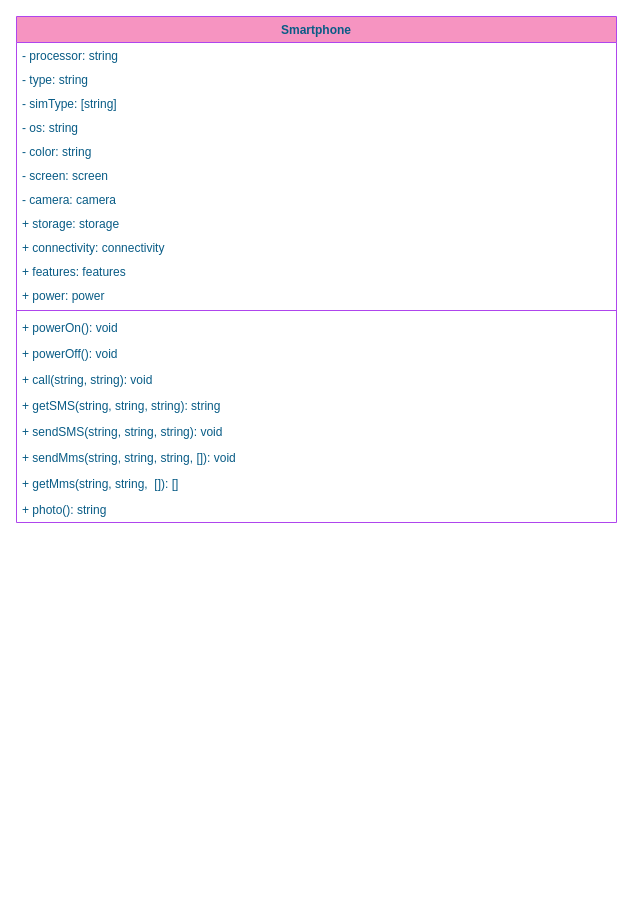
Before: Untitled Diagram.drawio in Irresjeny/umltest1, a draw.io diagram. Source tidied: cells renumbered, new cells numbered last; positions are measured from the earlier drawing's top-left corner, leaving out a move shared by most shapes. Both pictures are drawn from the tidied source at 100%, with x=0, y=0 at pixel (16, 16).
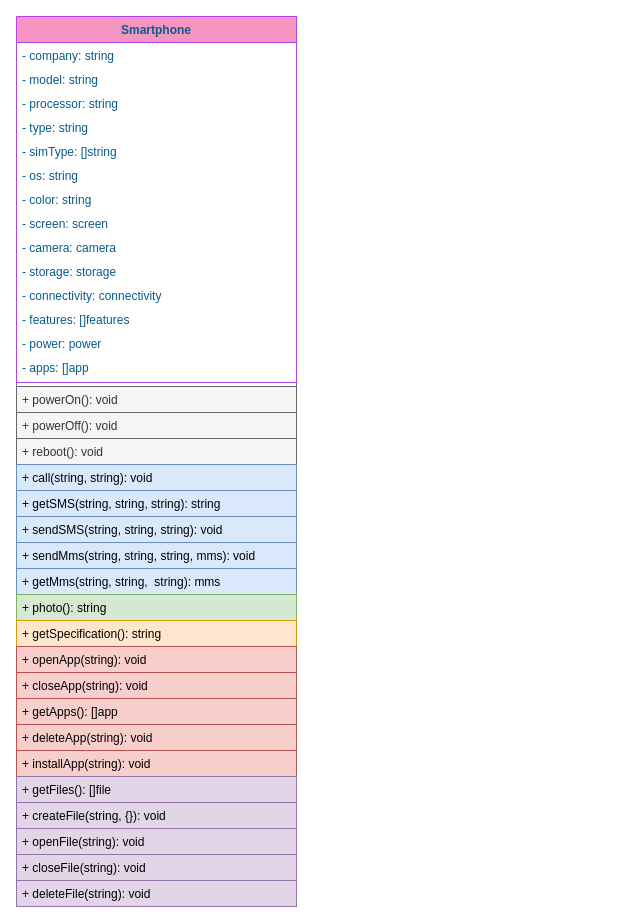
Above is the later version.

What changed in the source:
```diff
@@
     <mxCell id="2" value="Smartphone&#10;" style="swimlane;fontStyle=1;align=center;verticalAlign=top;horizontal=1;startSize=26;rounded=0;sketch=0;fontColor=#095C86;strokeColor=#AF45ED;fillColor=#F694C1;" parent="1" vertex="1">
-      <mxGeometry width="600" height="506" as="geometry" />
+      <mxGeometry width="280" height="890" as="geometry" />
     </mxCell>
+    <mxCell id="23" value="- company: string" style="text;strokeColor=none;fillColor=none;align=left;verticalAlign=top;spacingLeft=4;spacingRight=4;overflow=hidden;fontColor=#095C86;" parent="2" vertex="1">
+      <mxGeometry y="26" width="280" height="24" as="geometry" />
+    </mxCell>
+    <mxCell id="24" value="- model: string" style="text;strokeColor=none;fillColor=none;align=left;verticalAlign=top;spacingLeft=4;spacingRight=4;overflow=hidden;fontColor=#095C86;" parent="2" vertex="1">
+      <mxGeometry y="50" width="280" height="24" as="geometry" />
+    </mxCell>
     <mxCell id="3" value="- processor: string" style="text;strokeColor=none;fillColor=none;align=left;verticalAlign=top;spacingLeft=4;spacingRight=4;overflow=hidden;fontColor=#095C86;" parent="2" vertex="1">
-      <mxGeometry y="26" width="600" height="24" as="geometry" />
+      <mxGeometry y="74" width="280" height="24" as="geometry" />
     </mxCell>
     <mxCell id="4" value="- type: string&#10;" style="text;strokeColor=none;fillColor=none;align=left;verticalAlign=top;spacingLeft=4;spacingRight=4;overflow=hidden;fontColor=#095C86;" parent="2" vertex="1">
-      <mxGeometry y="50" width="600" height="24" as="geometry" />
+      <mxGeometry y="98" width="280" height="24" as="geometry" />
     </mxCell>
-    <mxCell id="5" value="- simType: [string]&#10;" style="text;strokeColor=none;fillColor=none;align=left;verticalAlign=top;spacingLeft=4;spacingRight=4;overflow=hidden;fontColor=#095C86;" parent="2" vertex="1">
-      <mxGeometry y="74" width="600" height="24" as="geometry" />
+    <mxCell id="5" value="- simType: []string" style="text;strokeColor=none;fillColor=none;align=left;verticalAlign=top;spacingLeft=4;spacingRight=4;overflow=hidden;fontColor=#095C86;" parent="2" vertex="1">
+      <mxGeometry y="122" width="280" height="24" as="geometry" />
     </mxCell>
     <mxCell id="6" value="- os: string&#10;" style="text;strokeColor=none;fillColor=none;align=left;verticalAlign=top;spacingLeft=4;spacingRight=4;overflow=hidden;fontColor=#095C86;" parent="2" vertex="1">
-      <mxGeometry y="98" width="600" height="24" as="geometry" />
+      <mxGeometry y="146" width="280" height="24" as="geometry" />
     </mxCell>
     <mxCell id="7" value="- color: string&#10;" style="text;strokeColor=none;fillColor=none;align=left;verticalAlign=top;spacingLeft=4;spacingRight=4;overflow=hidden;fontColor=#095C86;" parent="2" vertex="1">
-      <mxGeometry y="122" width="600" height="24" as="geometry" />
+      <mxGeometry y="170" width="280" height="24" as="geometry" />
     </mxCell>
     <mxCell id="8" value="- screen: screen&#10;" style="text;strokeColor=none;fillColor=none;align=left;verticalAlign=top;spacingLeft=4;spacingRight=4;overflow=hidden;fontColor=#095C86;" parent="2" vertex="1">
-      <mxGeometry y="146" width="600" height="24" as="geometry" />
+      <mxGeometry y="194" width="280" height="24" as="geometry" />
     </mxCell>
     <mxCell id="9" value="- camera: camera" style="text;strokeColor=none;fillColor=none;align=left;verticalAlign=top;spacingLeft=4;spacingRight=4;overflow=hidden;fontColor=#095C86;" parent="2" vertex="1">
-      <mxGeometry y="170" width="600" height="24" as="geometry" />
+      <mxGeometry y="218" width="280" height="24" as="geometry" />
     </mxCell>
-    <mxCell id="10" value="+ storage: storage" style="text;strokeColor=none;fillColor=none;align=left;verticalAlign=top;spacingLeft=4;spacingRight=4;overflow=hidden;fontColor=#095C86;" parent="2" vertex="1">
-      <mxGeometry y="194" width="600" height="24" as="geometry" />
+    <mxCell id="10" value="- storage: storage" style="text;strokeColor=none;fillColor=none;align=left;verticalAlign=top;spacingLeft=4;spacingRight=4;overflow=hidden;fontColor=#095C86;" parent="2" vertex="1">
+      <mxGeometry y="242" width="280" height="24" as="geometry" />
     </mxCell>
-    <mxCell id="11" value="+ connectivity: connectivity" style="text;strokeColor=none;fillColor=none;align=left;verticalAlign=top;spacingLeft=4;spacingRight=4;overflow=hidden;fontColor=#095C86;" parent="2" vertex="1">
-      <mxGeometry y="218" width="600" height="24" as="geometry" />
+    <mxCell id="11" value="- connectivity: connectivity" style="text;strokeColor=none;fillColor=none;align=left;verticalAlign=top;spacingLeft=4;spacingRight=4;overflow=hidden;fontColor=#095C86;" parent="2" vertex="1">
+      <mxGeometry y="266" width="280" height="24" as="geometry" />
     </mxCell>
-    <mxCell id="12" value="+ features: features" style="text;strokeColor=none;fillColor=none;align=left;verticalAlign=top;spacingLeft=4;spacingRight=4;overflow=hidden;fontColor=#095C86;" parent="2" vertex="1">
-      <mxGeometry y="242" width="600" height="24" as="geometry" />
+    <mxCell id="12" value="- features: []features" style="text;strokeColor=none;fillColor=none;align=left;verticalAlign=top;spacingLeft=4;spacingRight=4;overflow=hidden;fontColor=#095C86;" parent="2" vertex="1">
+      <mxGeometry y="290" width="280" height="24" as="geometry" />
     </mxCell>
-    <mxCell id="13" value="+ power: power" style="text;strokeColor=none;fillColor=none;align=left;verticalAlign=top;spacingLeft=4;spacingRight=4;overflow=hidden;fontColor=#095C86;" parent="2" vertex="1">
-      <mxGeometry y="266" width="600" height="24" as="geometry" />
+    <mxCell id="13" value="- power: power" style="text;strokeColor=none;fillColor=none;align=left;verticalAlign=top;spacingLeft=4;spacingRight=4;overflow=hidden;fontColor=#095C86;" parent="2" vertex="1">
+      <mxGeometry y="314" width="280" height="24" as="geometry" />
     </mxCell>
+    <mxCell id="25" value="- apps: []app" style="text;strokeColor=none;fillColor=none;align=left;verticalAlign=top;spacingLeft=4;spacingRight=4;overflow=hidden;fontColor=#095C86;" parent="2" vertex="1">
+      <mxGeometry y="338" width="280" height="24" as="geometry" />
+    </mxCell>
     <mxCell id="14" style="line;strokeWidth=1;fillColor=none;align=left;verticalAlign=middle;spacingTop=-1;spacingLeft=3;spacingRight=3;labelPosition=right;strokeColor=#AF45ED;fontColor=#095C86;" parent="2" vertex="1">
-      <mxGeometry y="290" width="600" height="8" as="geometry" />
+      <mxGeometry y="362" width="280" height="8" as="geometry" />
     </mxCell>
-    <mxCell id="15" value="+ powerOn(): void" style="text;strokeColor=none;fillColor=none;align=left;verticalAlign=top;spacingLeft=4;spacingRight=4;overflow=hidden;fontColor=#095C86;" parent="2" vertex="1">
-      <mxGeometry y="298" width="600" height="26" as="geometry" />
+    <mxCell id="15" value="+ powerOn(): void" style="text;strokeColor=#666666;fillColor=#f5f5f5;align=left;verticalAlign=top;spacingLeft=4;spacingRight=4;overflow=hidden;fontColor=#333333;" parent="2" vertex="1">
+      <mxGeometry y="370" width="280" height="26" as="geometry" />
     </mxCell>
-    <mxCell id="16" value="+ powerOff(): void" style="text;strokeColor=none;fillColor=none;align=left;verticalAlign=top;spacingLeft=4;spacingRight=4;overflow=hidden;fontColor=#095C86;" parent="2" vertex="1">
-      <mxGeometry y="324" width="600" height="26" as="geometry" />
+    <mxCell id="16" value="+ powerOff(): void" style="text;strokeColor=#666666;fillColor=#f5f5f5;align=left;verticalAlign=top;spacingLeft=4;spacingRight=4;overflow=hidden;fontColor=#333333;" parent="2" vertex="1">
+      <mxGeometry y="396" width="280" height="26" as="geometry" />
     </mxCell>
+    <mxCell id="26" value="+ reboot(): void" style="text;strokeColor=#666666;fillColor=#f5f5f5;align=left;verticalAlign=top;spacingLeft=4;spacingRight=4;overflow=hidden;fontColor=#333333;" parent="2" vertex="1">
+      <mxGeometry y="422" width="280" height="26" as="geometry" />
+    </mxCell>
-    <mxCell id="17" value="+ call(string, string): void" style="text;strokeColor=none;fillColor=none;align=left;verticalAlign=top;spacingLeft=4;spacingRight=4;overflow=hidden;fontColor=#095C86;" parent="2" vertex="1">
-      <mxGeometry y="350" width="600" height="26" as="geometry" />
+    <mxCell id="17" value="+ call(string, string): void" style="text;strokeColor=#6c8ebf;fillColor=#dae8fc;align=left;verticalAlign=top;spacingLeft=4;spacingRight=4;overflow=hidden;" parent="2" vertex="1">
+      <mxGeometry y="448" width="280" height="26" as="geometry" />
     </mxCell>
-    <mxCell id="18" value="+ getSMS(string, string, string): string" style="text;strokeColor=none;fillColor=none;align=left;verticalAlign=top;spacingLeft=4;spacingRight=4;overflow=hidden;fontColor=#095C86;" parent="2" vertex="1">
-      <mxGeometry y="376" width="600" height="26" as="geometry" />
+    <mxCell id="18" value="+ getSMS(string, string, string): string" style="text;strokeColor=#6c8ebf;fillColor=#dae8fc;align=left;verticalAlign=top;spacingLeft=4;spacingRight=4;overflow=hidden;" parent="2" vertex="1">
+      <mxGeometry y="474" width="280" height="26" as="geometry" />
     </mxCell>
-    <mxCell id="19" value="+ sendSMS(string, string, string): void" style="text;strokeColor=none;fillColor=none;align=left;verticalAlign=top;spacingLeft=4;spacingRight=4;overflow=hidden;fontColor=#095C86;" parent="2" vertex="1">
-      <mxGeometry y="402" width="600" height="26" as="geometry" />
+    <mxCell id="19" value="+ sendSMS(string, string, string): void" style="text;strokeColor=#6c8ebf;fillColor=#dae8fc;align=left;verticalAlign=top;spacingLeft=4;spacingRight=4;overflow=hidden;" parent="2" vertex="1">
+      <mxGeometry y="500" width="280" height="26" as="geometry" />
     </mxCell>
-    <mxCell id="20" value="+ sendMms(string, string, string, []): void" style="text;strokeColor=none;fillColor=none;align=left;verticalAlign=top;spacingLeft=4;spacingRight=4;overflow=hidden;fontColor=#095C86;" parent="2" vertex="1">
-      <mxGeometry y="428" width="600" height="26" as="geometry" />
+    <mxCell id="20" value="+ sendMms(string, string, string, mms): void" style="text;strokeColor=#6c8ebf;fillColor=#dae8fc;align=left;verticalAlign=top;spacingLeft=4;spacingRight=4;overflow=hidden;" parent="2" vertex="1">
+      <mxGeometry y="526" width="280" height="26" as="geometry" />
     </mxCell>
-    <mxCell id="21" value="+ getMms(string, string,  []): []" style="text;strokeColor=none;fillColor=none;align=left;verticalAlign=top;spacingLeft=4;spacingRight=4;overflow=hidden;fontColor=#095C86;" parent="2" vertex="1">
-      <mxGeometry y="454" width="600" height="26" as="geometry" />
+    <mxCell id="21" value="+ getMms(string, string,  string): mms" style="text;strokeColor=#6c8ebf;fillColor=#dae8fc;align=left;verticalAlign=top;spacingLeft=4;spacingRight=4;overflow=hidden;" parent="2" vertex="1">
+      <mxGeometry y="552" width="280" height="26" as="geometry" />
     </mxCell>
-    <mxCell id="22" value="+ photo(): string" style="text;strokeColor=none;fillColor=none;align=left;verticalAlign=top;spacingLeft=4;spacingRight=4;overflow=hidden;fontColor=#095C86;" parent="2" vertex="1">
-      <mxGeometry y="480" width="600" height="26" as="geometry" />
+    <mxCell id="22" value="+ photo(): string" style="text;strokeColor=#82b366;fillColor=#d5e8d4;align=left;verticalAlign=top;spacingLeft=4;spacingRight=4;overflow=hidden;" parent="2" vertex="1">
+      <mxGeometry y="578" width="280" height="26" as="geometry" />
     </mxCell>
+    <mxCell id="27" value="+ getSpecification(): string" style="text;strokeColor=#d79b00;fillColor=#ffe6cc;align=left;verticalAlign=top;spacingLeft=4;spacingRight=4;overflow=hidden;" parent="2" vertex="1">
+      <mxGeometry y="604" width="280" height="26" as="geometry" />
+    </mxCell>
+    <mxCell id="28" value="+ openApp(string): void " style="text;strokeColor=#b85450;fillColor=#f8cecc;align=left;verticalAlign=top;spacingLeft=4;spacingRight=4;overflow=hidden;" parent="2" vertex="1">
+      <mxGeometry y="630" width="280" height="26" as="geometry" />
+    </mxCell>
+    <mxCell id="29" value="+ closeApp(string): void " style="text;strokeColor=#b85450;fillColor=#f8cecc;align=left;verticalAlign=top;spacingLeft=4;spacingRight=4;overflow=hidden;" parent="2" vertex="1">
+      <mxGeometry y="656" width="280" height="26" as="geometry" />
+    </mxCell>
+    <mxCell id="30" value="+ getApps(): []app " style="text;strokeColor=#b85450;fillColor=#f8cecc;align=left;verticalAlign=top;spacingLeft=4;spacingRight=4;overflow=hidden;" parent="2" vertex="1">
+      <mxGeometry y="682" width="280" height="26" as="geometry" />
+    </mxCell>
+    <mxCell id="31" value="+ deleteApp(string): void " style="text;strokeColor=#b85450;fillColor=#f8cecc;align=left;verticalAlign=top;spacingLeft=4;spacingRight=4;overflow=hidden;" parent="2" vertex="1">
+      <mxGeometry y="708" width="280" height="26" as="geometry" />
+    </mxCell>
+    <mxCell id="32" value="+ installApp(string): void " style="text;strokeColor=#b85450;fillColor=#f8cecc;align=left;verticalAlign=top;spacingLeft=4;spacingRight=4;overflow=hidden;" parent="2" vertex="1">
+      <mxGeometry y="734" width="280" height="26" as="geometry" />
+    </mxCell>
+    <mxCell id="33" value="+ getFiles(): []file" style="text;strokeColor=#9673a6;fillColor=#e1d5e7;align=left;verticalAlign=top;spacingLeft=4;spacingRight=4;overflow=hidden;" parent="2" vertex="1">
+      <mxGeometry y="760" width="280" height="26" as="geometry" />
+    </mxCell>
+    <mxCell id="34" value="+ createFile(string, {}): void" style="text;strokeColor=#9673a6;fillColor=#e1d5e7;align=left;verticalAlign=top;spacingLeft=4;spacingRight=4;overflow=hidden;" parent="2" vertex="1">
+      <mxGeometry y="786" width="280" height="26" as="geometry" />
+    </mxCell>
+    <mxCell id="35" value="+ openFile(string): void" style="text;strokeColor=#9673a6;fillColor=#e1d5e7;align=left;verticalAlign=top;spacingLeft=4;spacingRight=4;overflow=hidden;" parent="2" vertex="1">
+      <mxGeometry y="812" width="280" height="26" as="geometry" />
+    </mxCell>
+    <mxCell id="36" value="+ closeFile(string): void" style="text;strokeColor=#9673a6;fillColor=#e1d5e7;align=left;verticalAlign=top;spacingLeft=4;spacingRight=4;overflow=hidden;" parent="2" vertex="1">
+      <mxGeometry y="838" width="280" height="26" as="geometry" />
+    </mxCell>
+    <mxCell id="37" value="+ deleteFile(string): void" style="text;strokeColor=#9673a6;fillColor=#e1d5e7;align=left;verticalAlign=top;spacingLeft=4;spacingRight=4;overflow=hidden;" parent="2" vertex="1">
+      <mxGeometry y="864" width="280" height="26" as="geometry" />
+    </mxCell>
```
